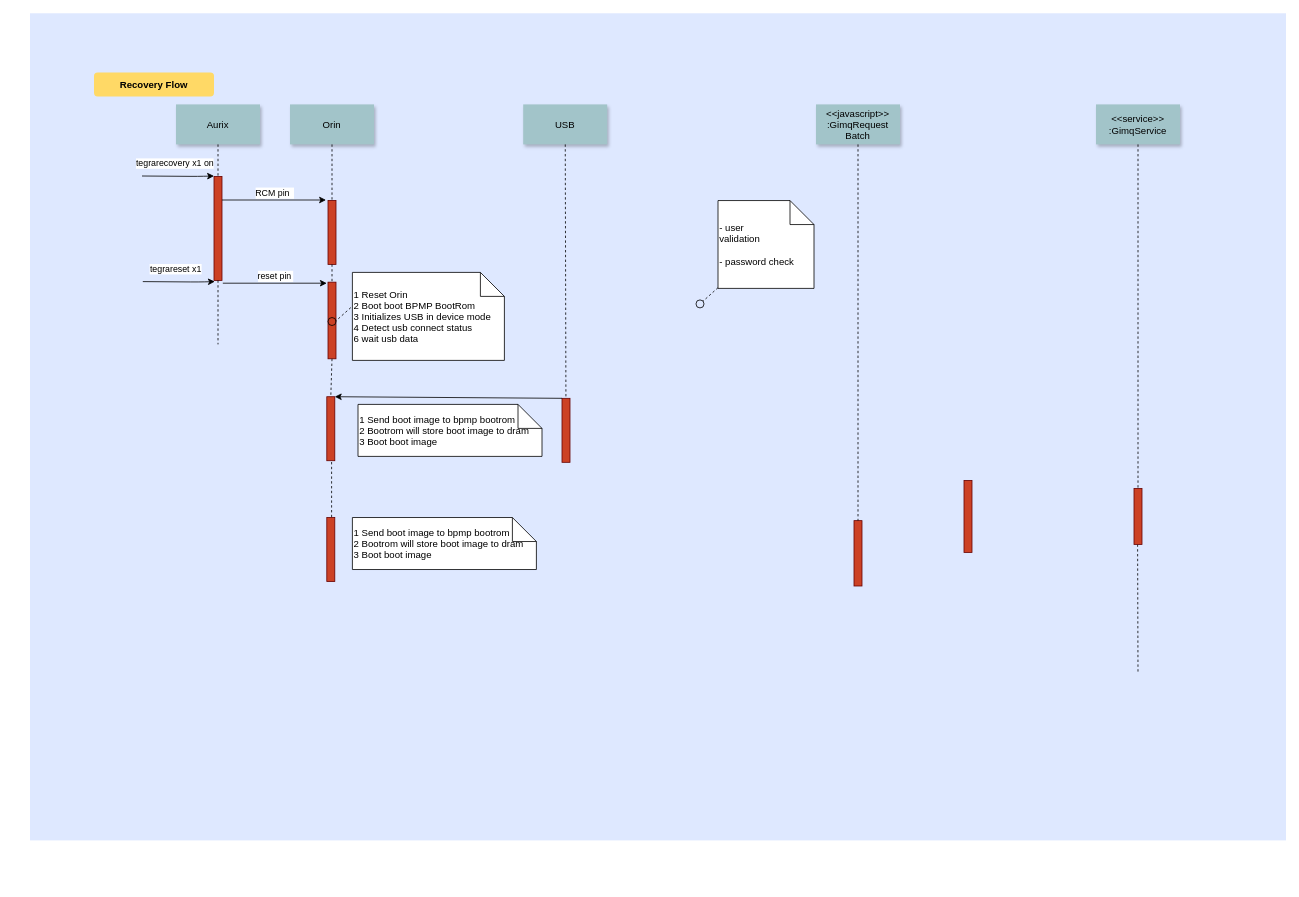
Earlier version of the draw.io diagram Untitled Diagram.drawio (heyg/usbutils). Source tidied: cells renumbered, new cells numbered last; positions are measured from the earlier drawing's top-left corner, leaving out a move shared by most shapes. Both pictures are drawn from the tidied source at 80%, with x=0, y=0 at pixel (30, 13).
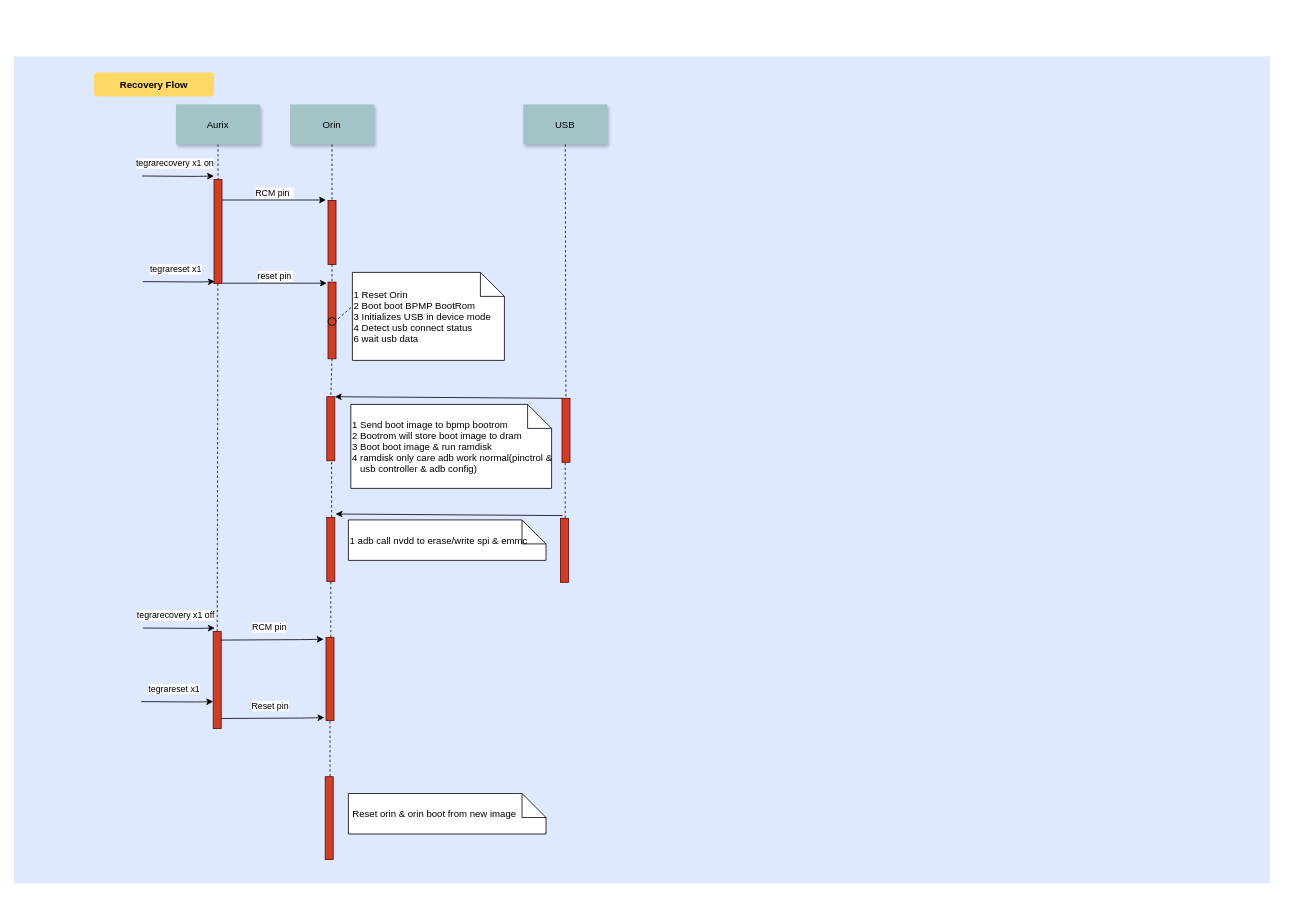
Above is the later version.

The edit, as a diff of the source:
```diff
@@
     <mxCell id="2" style="fillColor=#DEE8FF;strokeColor=none;" parent="1" vertex="1">
-      <mxGeometry y="0.1" width="1570" height="1033.9" as="geometry" />
+      <mxGeometry x="-20" y="54" width="1570" height="1033.9" as="geometry" />
     </mxCell>
-    <mxCell id="3" style="edgeStyle=elbowEdgeStyle;elbow=horizontal;endArrow=none;dashed=1;" parent="1" edge="1">
-      <mxGeometry x="1460" y="437.9" as="geometry">
-        <mxPoint x="1384.5" y="664" as="sourcePoint" />
-        <mxPoint x="1384.5" y="824" as="targetPoint" />
-      </mxGeometry>
-    </mxCell>
     <mxCell id="4" style="fillColor=#CC4125;strokeColor=#660000;" parent="1" vertex="1">
-      <mxGeometry x="230" y="204" width="10" height="130" as="geometry" />
+      <mxGeometry x="230" y="208" width="10" height="130" as="geometry" />
     </mxCell>
@@
-    <mxCell id="15" value="&lt;&lt;javascript&gt;&gt;&#10;:GimqRequest&#10;Batch" style="shadow=1;fillColor=#A2C4C9;strokeColor=none;" parent="1" vertex="1">
-      <mxGeometry x="982.5" y="114" width="105" height="50" as="geometry" />
-    </mxCell>
@@
-    <mxCell id="17" style="ellipse;fillColor=none;" parent="1" vertex="1">
-      <mxGeometry x="832.5" y="358.4" width="10" height="10" as="geometry" />
-    </mxCell>
-    <mxCell id="18" value=" - user&#10; validation&#10;&#10; - password check" style="shape=note;align=left;" parent="1" vertex="1">
-      <mxGeometry x="860" y="234.2" width="120" height="109.8" as="geometry" />
-    </mxCell>
-    <mxCell id="19" style="edgeStyle=none;endArrow=none;dashed=1;" parent="1" edge="1" source="18" target="17">
-      <mxGeometry x="1030" y="180" as="geometry" />
-    </mxCell>
-    <mxCell id="20" style="edgeStyle=none;dashed=1;endArrow=none;" parent="1" edge="1" source="4">
-      <mxGeometry x="50" y="300" as="geometry">
-        <mxPoint x="235" y="414" as="targetPoint" />
-      </mxGeometry>
+    <mxCell id="20" style="edgeStyle=none;dashed=1;endArrow=none;entryX=0.5;entryY=0;entryDx=0;entryDy=0;" parent="1" edge="1" source="4" target="46">
+      <mxGeometry x="50" y="300" as="geometry" />
     </mxCell>
@@
-    <mxCell id="22" style="fillColor=#CC4125;strokeColor=#660000;" parent="1" vertex="1">
-      <mxGeometry x="1030" y="634.3" width="10" height="81.7" as="geometry" />
-    </mxCell>
-    <mxCell id="23" style="edgeStyle=none;endArrow=none;dashed=1;" parent="1" edge="1" source="15" target="22">
-      <mxGeometry x="956.6" y="205" as="geometry" />
-    </mxCell>
@@
-    <mxCell id="25" style="fillColor=#CC4125;strokeColor=#660000;" parent="1" vertex="1">
-      <mxGeometry x="1167.5" y="584" width="10" height="90" as="geometry" />
-    </mxCell>
-    <mxCell id="26" style="fillColor=#CC4125;strokeColor=#660000;" parent="1" vertex="1">
-      <mxGeometry x="1380" y="594" width="10" height="70" as="geometry" />
-    </mxCell>
-    <mxCell id="27" value="&lt;&lt;service&gt;&gt;&#10;:GimqService" style="shadow=1;fillColor=#A2C4C9;strokeColor=none;" parent="1" vertex="1">
-      <mxGeometry x="1332.5" y="114" width="105" height="50" as="geometry" />
-    </mxCell>
-    <mxCell id="28" style="edgeStyle=none;endArrow=none;dashed=1;" parent="1" edge="1" source="27" target="26">
-      <mxGeometry x="1174.1" y="210" as="geometry" />
-    </mxCell>
@@
-    <mxCell id="39" value="1 Send boot image to bpmp bootrom&#10;2 Bootrom will store boot image to dram&#10;3 Boot boot image" style="shape=note;align=left;" parent="1" vertex="1">
-      <mxGeometry x="410" y="489" width="230" height="65" as="geometry" />
+    <mxCell id="39" value="1 Send boot image to bpmp bootrom&#10;2 Bootrom will store boot image to dram&#10;3 Boot boot image &amp; run ramdisk &#10;4 ramdisk only care adb work normal(pinctrol &amp;&#10;   usb controller &amp; adb config)" style="shape=note;align=left;" parent="1" vertex="1">
+      <mxGeometry x="401" y="489" width="251" height="105" as="geometry" />
     </mxCell>
@@
-    <mxCell id="42" value="1 Send boot image to bpmp bootrom&#10;2 Bootrom will store boot image to dram&#10;3 Boot boot image" style="shape=note;align=left;" parent="1" vertex="1">
-      <mxGeometry x="403" y="630.4" width="230" height="65" as="geometry" />
+    <mxCell id="42" value="1 adb call nvdd to erase/write spi &amp; emmc" style="shape=note;align=left;" parent="1" vertex="1">
+      <mxGeometry x="398" y="633.4" width="247" height="50.6" as="geometry" />
     </mxCell>
+    <mxCell id="43" style="edgeStyle=none;endArrow=none;dashed=1;" parent="1" edge="1">
+      <mxGeometry x="272.3" y="165" as="geometry">
+        <mxPoint x="669" y="562" as="sourcePoint" />
+        <mxPoint x="669" y="632" as="targetPoint" />
+      </mxGeometry>
+    </mxCell>
+    <mxCell id="44" style="fillColor=#CC4125;strokeColor=#660000;" parent="1" vertex="1">
+      <mxGeometry x="663" y="631.4" width="10" height="80" as="geometry" />
+    </mxCell>
+    <mxCell id="45" style="endArrow=classic;html=1;rounded=0;entryX=1;entryY=0;entryDx=0;entryDy=0;exitX=0;exitY=0;exitDx=0;exitDy=0;" parent="1" edge="1">
+      <mxGeometry relative="1" as="geometry">
+        <mxPoint x="666" y="628" as="sourcePoint" />
+        <mxPoint x="382" y="626" as="targetPoint" />
+      </mxGeometry>
+    </mxCell>
+    <mxCell id="46" style="fillColor=#CC4125;strokeColor=#660000;" parent="1" vertex="1">
+      <mxGeometry x="229" y="773" width="10" height="121" as="geometry" />
+    </mxCell>
+    <mxCell id="47" style="edgeStyle=none;endArrow=none;dashed=1;" parent="1" edge="1">
+      <mxGeometry x="272.3" y="165" as="geometry">
+        <mxPoint x="376" y="711" as="sourcePoint" />
+        <mxPoint x="376" y="781" as="targetPoint" />
+      </mxGeometry>
+    </mxCell>
+    <mxCell id="48" style="fillColor=#CC4125;strokeColor=#660000;" parent="1" vertex="1">
+      <mxGeometry x="370" y="780.4" width="10" height="103.6" as="geometry" />
+    </mxCell>
+    <mxCell id="49" style="edgeStyle=none;verticalLabelPosition=top;verticalAlign=bottom;labelPosition=left;align=right;" parent="1" edge="1">
+      <mxGeometry as="geometry">
+        <mxPoint x="141" y="768.5" as="sourcePoint" />
+        <mxPoint x="231" y="768.5" as="targetPoint" />
+        <Array as="points">
+          <mxPoint x="211" y="769" />
+        </Array>
+      </mxGeometry>
+    </mxCell>
+    <mxCell id="50" value="tegrarecovery x1 off" style="edgeLabel;html=1;align=center;verticalAlign=middle;" parent="49" vertex="1">
+      <mxGeometry relative="1" as="geometry">
+        <mxPoint x="-4" y="-16" as="offset" />
+      </mxGeometry>
+    </mxCell>
+    <mxCell id="51" style="edgeStyle=none;verticalLabelPosition=top;verticalAlign=bottom;labelPosition=left;align=right;exitX=0.917;exitY=0.105;exitDx=0;exitDy=0;exitPerimeter=0;" parent="1" edge="1">
+      <mxGeometry as="geometry">
+        <mxPoint x="238.2" y="783.6" as="sourcePoint" />
+        <mxPoint x="367" y="782.5" as="targetPoint" />
+        <Array as="points">
+          <mxPoint x="347" y="783" />
+        </Array>
+      </mxGeometry>
+    </mxCell>
+    <mxCell id="52" value="RCM pin" style="edgeLabel;html=1;align=center;verticalAlign=middle;" parent="51" vertex="1">
+      <mxGeometry relative="1" as="geometry">
+        <mxPoint x="-4" y="-16" as="offset" />
+      </mxGeometry>
+    </mxCell>
+    <mxCell id="53" style="edgeStyle=none;verticalLabelPosition=top;verticalAlign=bottom;labelPosition=left;align=right;" parent="1" edge="1">
+      <mxGeometry as="geometry">
+        <mxPoint x="139" y="860.5" as="sourcePoint" />
+        <mxPoint x="229" y="860.5" as="targetPoint" />
+        <Array as="points">
+          <mxPoint x="209" y="861" />
+        </Array>
+      </mxGeometry>
+    </mxCell>
+    <mxCell id="54" value="tegrareset x1" style="edgeLabel;html=1;align=center;verticalAlign=middle;" parent="53" vertex="1">
+      <mxGeometry relative="1" as="geometry">
+        <mxPoint x="-4" y="-16" as="offset" />
+      </mxGeometry>
+    </mxCell>
+    <mxCell id="55" style="edgeStyle=none;verticalLabelPosition=top;verticalAlign=bottom;labelPosition=left;align=right;exitX=0.917;exitY=0.105;exitDx=0;exitDy=0;exitPerimeter=0;" parent="1" edge="1">
+      <mxGeometry as="geometry">
+        <mxPoint x="239.2" y="881.6" as="sourcePoint" />
+        <mxPoint x="368" y="880.5" as="targetPoint" />
+        <Array as="points">
+          <mxPoint x="348" y="881" />
+        </Array>
+      </mxGeometry>
+    </mxCell>
+    <mxCell id="56" value="Reset pin" style="edgeLabel;html=1;align=center;verticalAlign=middle;" parent="55" vertex="1">
+      <mxGeometry relative="1" as="geometry">
+        <mxPoint x="-4" y="-16" as="offset" />
+      </mxGeometry>
+    </mxCell>
+    <mxCell id="57" style="edgeStyle=none;endArrow=none;dashed=1;" parent="1" edge="1">
+      <mxGeometry x="272.3" y="165" as="geometry">
+        <mxPoint x="375" y="885" as="sourcePoint" />
+        <mxPoint x="375" y="955" as="targetPoint" />
+      </mxGeometry>
+    </mxCell>
+    <mxCell id="58" style="fillColor=#CC4125;strokeColor=#660000;" parent="1" vertex="1">
+      <mxGeometry x="369" y="954.4" width="10" height="103.6" as="geometry" />
+    </mxCell>
+    <mxCell id="59" value=" Reset orin &amp; orin boot from new image" style="shape=note;align=left;" parent="1" vertex="1">
+      <mxGeometry x="398" y="975.4" width="247" height="50.6" as="geometry" />
+    </mxCell>
```
